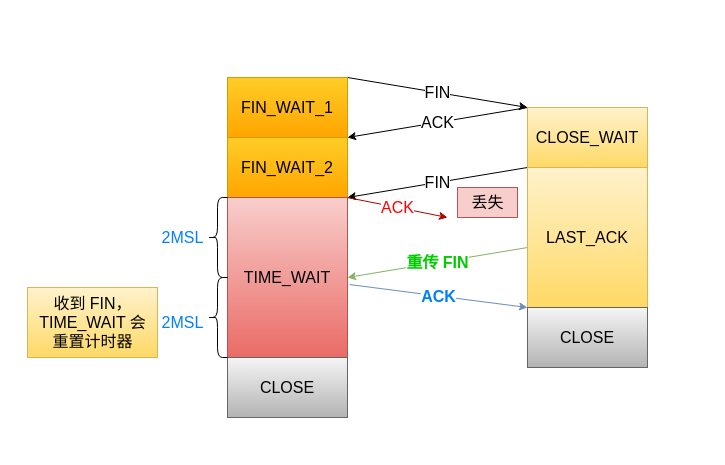
Above: 网络/TIME-WAIT连接正常关闭.drawio in xiaolincoder/ImageHost4 (draw.io), before the change. Source tidied: cells renumbered, new cells numbered last; positions are measured from the earlier drawing's top-left corner, leaving out a move shared by most shapes. Both pictures are drawn from the tidied source at 100%, with x=0, y=0 at pixel (27, 77).
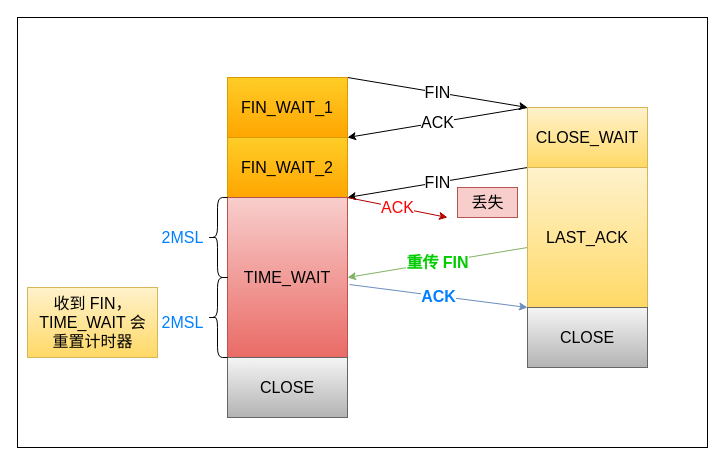
The same page after the edit.

Commit message (it also covers changes not shown here):
更新TIME-WAIT连接正常关闭.drawio

What changed in the source:
```diff
@@
+    <mxCell id="21" style="rounded=0;whiteSpace=wrap;html=1;fontSize=16;fontColor=#007FFF;" parent="1" vertex="1">
+      <mxGeometry x="-10" y="-60" width="690" height="430" as="geometry" />
+    </mxCell>
```
